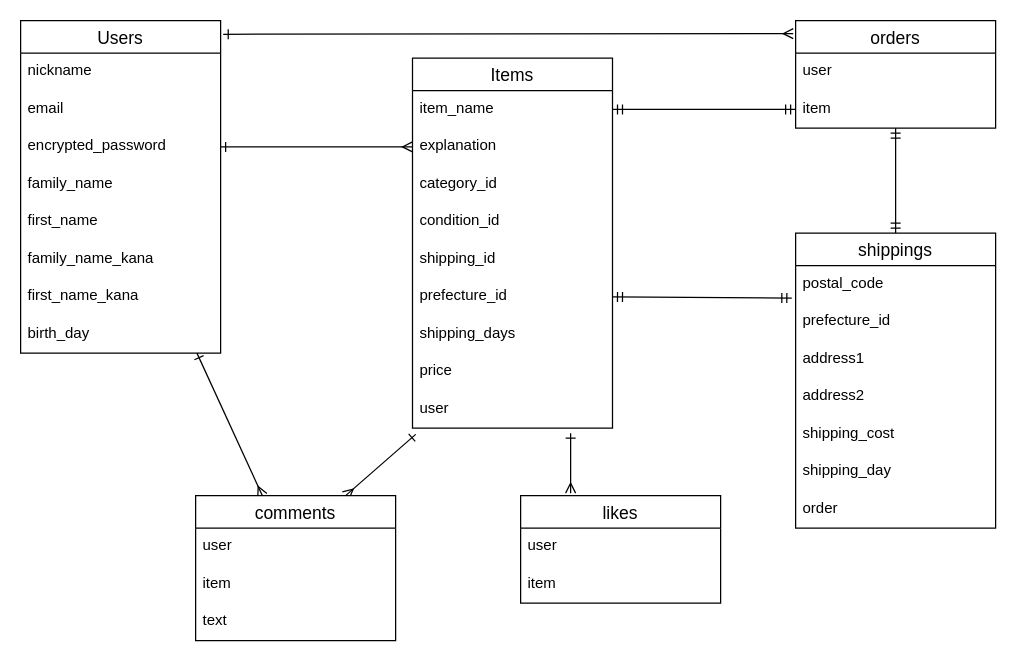
Earlier version of the draw.io diagram .dio (tae-sskr/furima-39205). Source tidied: cells renumbered, new cells numbered last; positions are measured from the earlier drawing's top-left corner, leaving out a move shared by most shapes. Both pictures are drawn from the tidied source at 125%, with x=0, y=0 at pixel (20, 20).
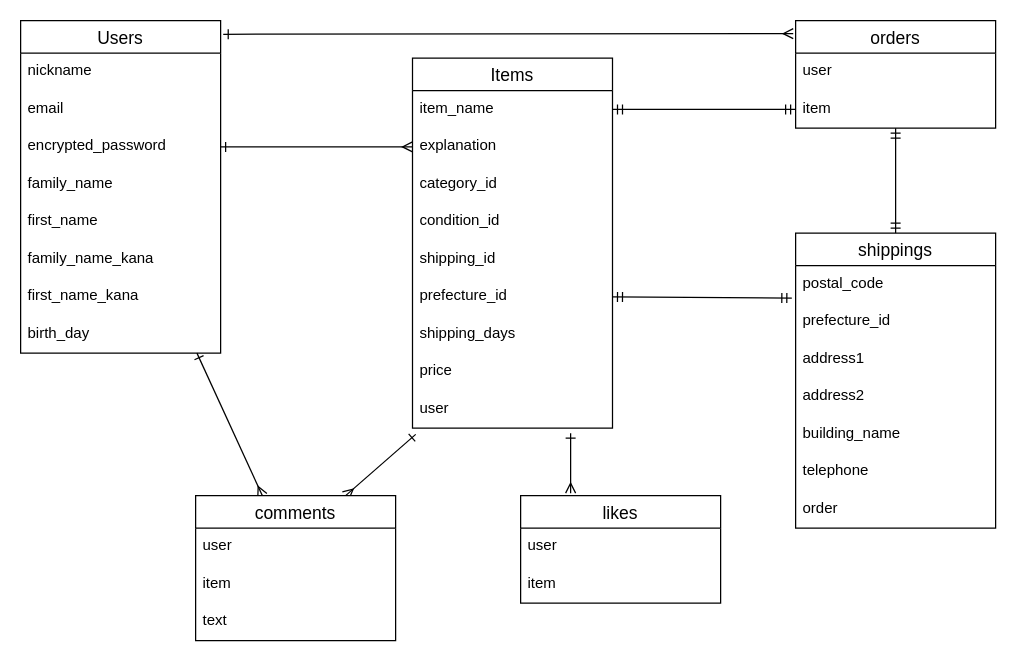
Above is the later version.

Unchanged cells that the change refers to:
```xml
<mxCell id="38" value="shippings" style="swimlane;fontStyle=0;horizontal=1;startSize=26;align=center;fontSize=14;" parent="1" vertex="1">
  <mxGeometry x="620" y="170" width="160" height="236" as="geometry" />
</mxCell>
```

The edit, as a diff of the source:
```diff
@@
-    <mxCell id="43" value="shipping_cost" style="text;strokeColor=none;fillColor=none;spacingLeft=4;spacingRight=4;overflow=hidden;fontSize=12;" parent="38" vertex="1">
+    <mxCell id="43" value="building_name" style="text;strokeColor=none;fillColor=none;spacingLeft=4;spacingRight=4;overflow=hidden;fontSize=12;" parent="38" vertex="1">
       <mxGeometry y="146" width="160" height="30" as="geometry" />
     </mxCell>
-    <mxCell id="44" value="shipping_day" style="text;strokeColor=none;fillColor=none;spacingLeft=4;spacingRight=4;overflow=hidden;fontSize=12;" parent="38" vertex="1">
+    <mxCell id="44" value="telephone" style="text;strokeColor=none;fillColor=none;spacingLeft=4;spacingRight=4;overflow=hidden;fontSize=12;" parent="38" vertex="1">
       <mxGeometry y="176" width="160" height="30" as="geometry" />
     </mxCell>
```
